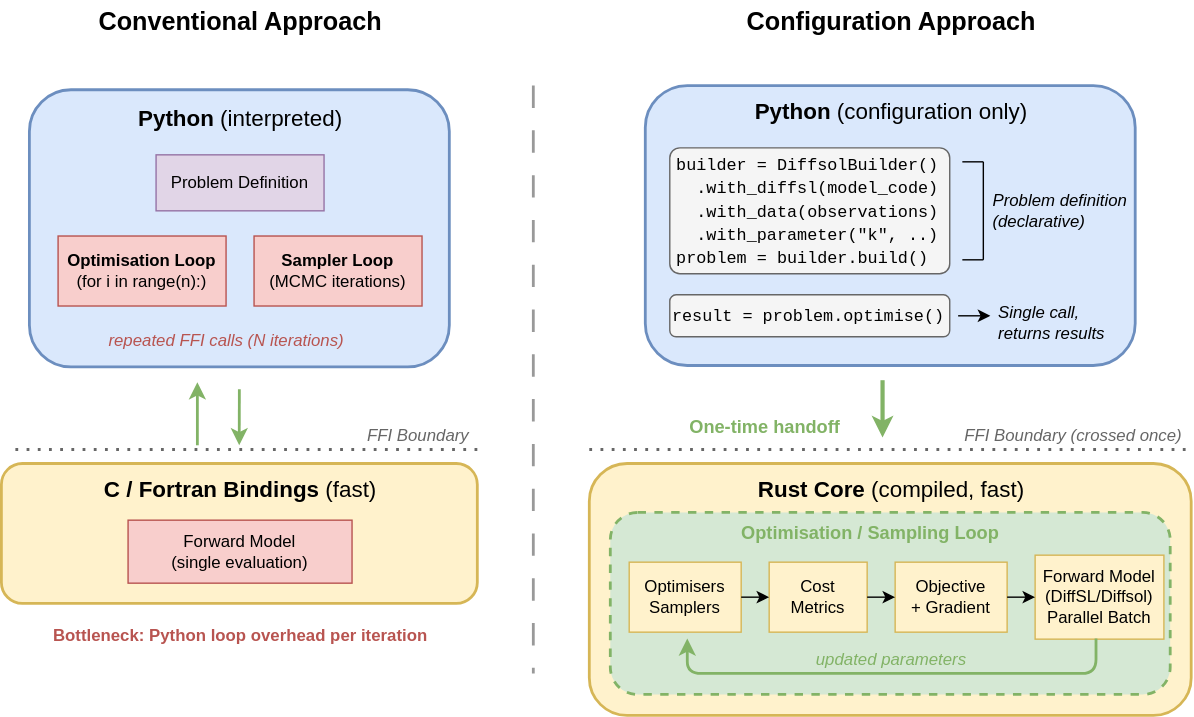
BradyPlanden/diffid keeps this draw.io diagram as docs/assets/diffid.svg. Above is the earlier version. Source tidied: cells renumbered, new cells last; positions are measured from the earlier drawing's top-left corner, leaving out a move shared by most shapes.
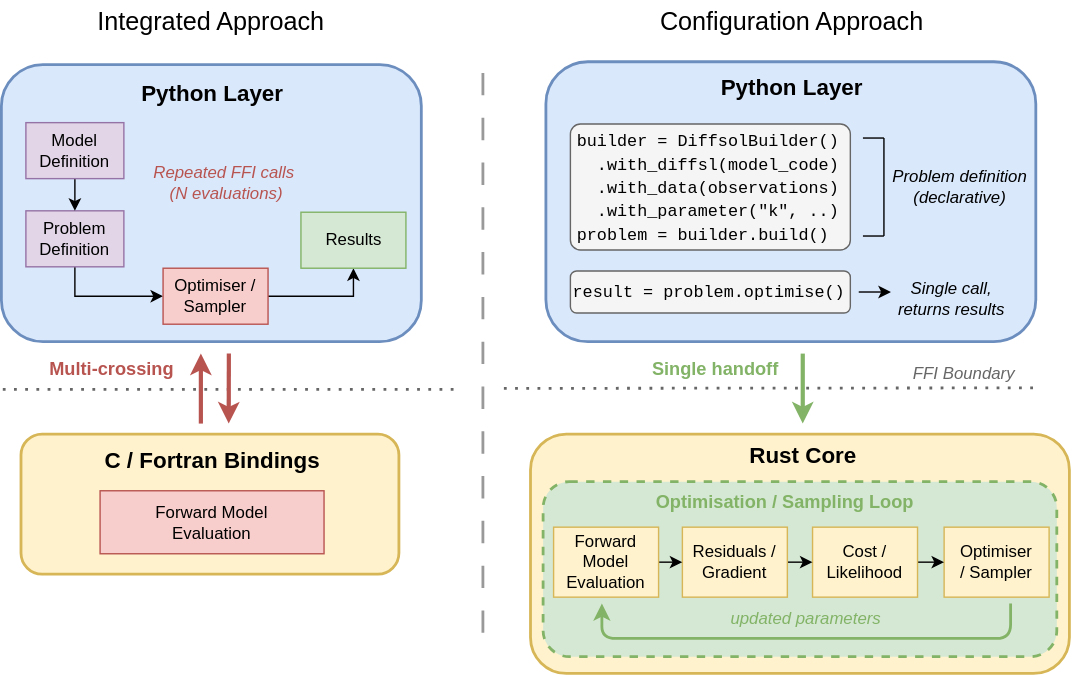
Above is the later version.

Commit message:
docs: update architecture diagram and README

Change to the diagram source:
```diff
@@ -4,31 +4,28 @@
     <mxCell id="1" parent="0" />
-    <mxCell id="2" value="&lt;font style=&quot;font-size: 18px;&quot;&gt;&lt;b&gt;Conventional Approach&lt;/b&gt;&lt;/font&gt;" style="text;html=1;align=center;verticalAlign=middle;" parent="1" vertex="1">
-      <mxGeometry x="60" width="220" height="30" as="geometry" />
+    <mxCell id="2" value="&lt;font style=&quot;font-size: 18px;&quot;&gt;Integrated Approach&lt;/font&gt;" style="text;html=1;align=center;verticalAlign=middle;" parent="1" vertex="1">
+      <mxGeometry x="75" y="29" width="220" height="30" as="geometry" />
     </mxCell>
     <mxCell id="3" style="rounded=1;whiteSpace=wrap;html=1;fillColor=#dae8fc;strokeColor=#6c8ebf;strokeWidth=2;" parent="1" vertex="1">
-      <mxGeometry x="20" y="64" width="300" height="198" as="geometry" />
+      <mxGeometry x="36" y="75" width="300" height="198" as="geometry" />
     </mxCell>
-    <mxCell id="4" value="&lt;font style=&quot;font-size: 16px;&quot;&gt;&lt;b&gt;Python&lt;/b&gt; (interpreted)&lt;/font&gt;" style="text;html=1;align=center;verticalAlign=middle;" parent="1" vertex="1">
-      <mxGeometry x="100" y="71" width="140" height="25" as="geometry" />
+    <mxCell id="4" value="&lt;font style=&quot;font-size: 16px;&quot;&gt;&lt;b&gt;Python Layer&lt;/b&gt;&lt;/font&gt;" style="text;html=1;align=center;verticalAlign=middle;" parent="1" vertex="1">
+      <mxGeometry x="116" y="82" width="140" height="25" as="geometry" />
     </mxCell>
+    <mxCell id="46" style="edgeStyle=orthogonalEdgeStyle;rounded=0;jettySize=auto;html=1;exitX=0.5;exitY=1;exitDx=0;exitDy=0;entryX=0;entryY=0.5;entryDx=0;entryDy=0;" parent="1" edge="1" source="5" target="51">
+      <mxGeometry relative="1" as="geometry" />
+    </mxCell>
     <mxCell id="5" value="Problem Definition" style="rounded=0;whiteSpace=wrap;html=1;fillColor=#e1d5e7;strokeColor=#9673a6;" parent="1" vertex="1">
-      <mxGeometry x="110" y="110" width="120" height="40" as="geometry" />
+      <mxGeometry x="53" y="179" width="70" height="40" as="geometry" />
     </mxCell>
-    <mxCell id="6" value="&lt;b&gt;Optimisation Loop&lt;/b&gt;&lt;br&gt;(for i in range(n):)" style="rounded=0;whiteSpace=wrap;html=1;fillColor=#f8cecc;strokeColor=#b85450;" parent="1" vertex="1">
-      <mxGeometry x="40" y="168" width="120" height="50" as="geometry" />
-    </mxCell>
-    <mxCell id="7" value="&lt;b&gt;Sampler Loop&lt;/b&gt;&lt;br&gt;(MCMC iterations)" style="rounded=0;whiteSpace=wrap;html=1;fillColor=#f8cecc;strokeColor=#b85450;" parent="1" vertex="1">
-      <mxGeometry x="180" y="168" width="120" height="50" as="geometry" />
-    </mxCell>
-    <mxCell id="8" value="&lt;font color=&quot;#b85450&quot;&gt;&lt;i&gt;repeated FFI calls (N iterations)&lt;/i&gt;&lt;/font&gt;" style="text;html=1;align=center;verticalAlign=middle;" parent="1" vertex="1">
-      <mxGeometry x="100" y="223" width="120" height="40" as="geometry" />
+    <mxCell id="8" value="&lt;font color=&quot;#b85450&quot;&gt;&lt;i&gt;Repeated FFI calls&amp;nbsp;&lt;/i&gt;&lt;/font&gt;&lt;div&gt;&lt;i style=&quot;color: light-dark(rgb(184, 84, 80), rgb(215, 129, 126)); background-color: transparent;&quot;&gt;(N evaluations)&lt;/i&gt;&lt;/div&gt;" style="text;html=1;align=center;verticalAlign=middle;" parent="1" vertex="1">
+      <mxGeometry x="136" y="139" width="120" height="40" as="geometry" />
     </mxCell>
     <mxCell id="9" style="rounded=1;whiteSpace=wrap;html=1;fillColor=#fff2cc;strokeColor=#d6b656;strokeWidth=2;" parent="1" vertex="1">
-      <mxGeometry y="331" width="340" height="100" as="geometry" />
+      <mxGeometry x="50" y="339" width="270" height="100" as="geometry" />
     </mxCell>
-    <mxCell id="10" value="&lt;font style=&quot;font-size: 16px;&quot;&gt;&lt;b&gt;C / Fortran Bindings&lt;/b&gt; (fast)&lt;/font&gt;" style="text;html=1;align=center;verticalAlign=middle;" parent="1" vertex="1">
-      <mxGeometry x="70" y="336" width="200" height="25" as="geometry" />
+    <mxCell id="10" value="&lt;font style=&quot;font-size: 16px;&quot;&gt;&lt;b&gt;C / Fortran Bindings&lt;/b&gt;&lt;/font&gt;" style="text;html=1;align=center;verticalAlign=middle;" parent="1" vertex="1">
+      <mxGeometry x="86" y="344" width="200" height="25" as="geometry" />
     </mxCell>
-    <mxCell id="11" value="Forward Model&lt;br&gt;(single evaluation)" style="rounded=0;whiteSpace=wrap;html=1;fillColor=#f8cecc;strokeColor=#b85450;" parent="1" vertex="1">
-      <mxGeometry x="90" y="371" width="160" height="45" as="geometry" />
+    <mxCell id="11" value="Forward Model&lt;br&gt;Evaluation" style="rounded=0;whiteSpace=wrap;html=1;fillColor=#f8cecc;strokeColor=#b85450;" parent="1" vertex="1">
+      <mxGeometry x="106" y="379" width="160" height="45" as="geometry" />
     </mxCell>
@@ -36,23 +33,17 @@
       <mxGeometry relative="1" as="geometry">
-        <mxPoint x="10" y="321" as="sourcePoint" />
-        <mxPoint x="340" y="321" as="targetPoint" />
+        <mxPoint x="37" y="307" as="sourcePoint" />
+        <mxPoint x="363.5" y="307" as="targetPoint" />
       </mxGeometry>
     </mxCell>
-    <mxCell id="13" value="&lt;font color=&quot;#666666&quot;&gt;FFI Boundary&lt;/font&gt;" style="text;html=1;align=center;verticalAlign=middle;fontStyle=2;" parent="1" vertex="1">
-      <mxGeometry x="252" y="301" width="90" height="20" as="geometry" />
-    </mxCell>
-    <mxCell id="14" value="&lt;font color=&quot;#b85450&quot;&gt;Bottleneck: Python loop overhead per iteration&lt;/font&gt;" style="text;html=1;align=center;verticalAlign=middle;fontStyle=1;" parent="1" vertex="1">
-      <mxGeometry x="10" y="441" width="320" height="25" as="geometry" />
-    </mxCell>
-    <mxCell id="15" value="&lt;font style=&quot;font-size: 18px;&quot;&gt;&lt;b&gt;Configuration Approach&lt;/b&gt;&lt;/font&gt;" style="text;html=1;align=center;verticalAlign=middle;" parent="1" vertex="1">
-      <mxGeometry x="535" width="200" height="30" as="geometry" />
+    <mxCell id="15" value="&lt;font style=&quot;font-size: 18px;&quot;&gt;Configuration Approach&lt;/font&gt;" style="text;html=1;align=center;verticalAlign=middle;" parent="1" vertex="1">
+      <mxGeometry x="500" y="29" width="200" height="30" as="geometry" />
     </mxCell>
     <mxCell id="16" style="rounded=1;whiteSpace=wrap;html=1;fillColor=#dae8fc;strokeColor=#6c8ebf;strokeWidth=2;" parent="1" vertex="1">
-      <mxGeometry x="460" y="61" width="350" height="200" as="geometry" />
+      <mxGeometry x="425" y="73" width="350" height="200" as="geometry" />
     </mxCell>
-    <mxCell id="17" value="&lt;font style=&quot;font-size: 16px;&quot;&gt;&lt;b&gt;Python&lt;/b&gt; (configuration only)&lt;/font&gt;" style="text;html=1;align=center;verticalAlign=middle;" parent="1" vertex="1">
-      <mxGeometry x="545" y="66" width="180" height="25" as="geometry" />
+    <mxCell id="17" value="&lt;font style=&quot;font-size: 16px;&quot;&gt;&lt;b&gt;Python Layer&lt;/b&gt;&lt;/font&gt;" style="text;html=1;align=center;verticalAlign=middle;" parent="1" vertex="1">
+      <mxGeometry x="510" y="78" width="180" height="25" as="geometry" />
     </mxCell>
     <mxCell id="18" value="&lt;div style=&quot;text-align: left; font-family: monospace; font-size: 12px; line-height: 140%;&quot;&gt;builder = DiffsolBuilder()&lt;br&gt;&amp;nbsp; .with_diffsl(model_code)&lt;br&gt;&amp;nbsp; .with_data(observations)&lt;br&gt;&amp;nbsp; .with_parameter(&quot;k&quot;, ..)&lt;br&gt;problem = builder.build()&lt;/div&gt;" style="text;html=1;align=left;verticalAlign=top;fillColor=#f5f5f5;strokeColor=#666666;rounded=1;arcSize=8;imageWidth=24;imageHeight=24;imageAlign=left;spacingLeft=5;spacing=0;" parent="1" vertex="1">
-      <mxGeometry x="477" y="105" width="200" height="90" as="geometry" />
+      <mxGeometry x="442" y="117" width="200" height="90" as="geometry" />
     </mxCell>
@@ -60,4 +51,4 @@
       <mxGeometry relative="1" as="geometry">
-        <mxPoint x="686" y="115" as="sourcePoint" />
-        <mxPoint x="701" y="115" as="targetPoint" />
+        <mxPoint x="651" y="127" as="sourcePoint" />
+        <mxPoint x="666" y="127" as="targetPoint" />
       </mxGeometry>
@@ -66,4 +57,4 @@
       <mxGeometry relative="1" as="geometry">
-        <mxPoint x="701" y="185" as="sourcePoint" />
-        <mxPoint x="701" y="115" as="targetPoint" />
+        <mxPoint x="666" y="197" as="sourcePoint" />
+        <mxPoint x="666" y="127" as="targetPoint" />
       </mxGeometry>
@@ -72,11 +63,11 @@
       <mxGeometry relative="1" as="geometry">
-        <mxPoint x="686" y="185" as="sourcePoint" />
-        <mxPoint x="701" y="185" as="targetPoint" />
+        <mxPoint x="651" y="197" as="sourcePoint" />
+        <mxPoint x="666" y="197" as="targetPoint" />
       </mxGeometry>
     </mxCell>
-    <mxCell id="22" value="&lt;i&gt;Problem definition&lt;br&gt;(declarative)&lt;/i&gt;" style="text;html=1;align=left;verticalAlign=middle;" parent="1" vertex="1">
-      <mxGeometry x="706" y="130" width="110" height="40" as="geometry" />
+    <mxCell id="22" value="&lt;i&gt;Problem definition&lt;br&gt;(declarative)&lt;/i&gt;" style="text;html=1;align=center;verticalAlign=middle;" parent="1" vertex="1">
+      <mxGeometry x="665" y="142" width="110" height="40" as="geometry" />
     </mxCell>
     <mxCell id="23" value="&lt;font face=&quot;monospace&quot;&gt;result = problem.optimise()&lt;/font&gt;" style="text;html=1;align=left;verticalAlign=middle;fillColor=#f5f5f5;strokeColor=#666666;rounded=1;" parent="1" vertex="1">
-      <mxGeometry x="477" y="210" width="200" height="30" as="geometry" />
+      <mxGeometry x="442" y="222" width="200" height="30" as="geometry" />
     </mxCell>
@@ -84,17 +75,11 @@
       <mxGeometry relative="1" as="geometry">
-        <mxPoint x="683" y="225" as="sourcePoint" />
-        <mxPoint x="706" y="225" as="targetPoint" />
+        <mxPoint x="648" y="237" as="sourcePoint" />
+        <mxPoint x="671" y="237" as="targetPoint" />
       </mxGeometry>
     </mxCell>
-    <mxCell id="25" value="&lt;i&gt;Single call,&lt;br&gt;returns results&lt;/i&gt;" style="text;html=1;align=left;verticalAlign=middle;" parent="1" vertex="1">
-      <mxGeometry x="710" y="210" width="90" height="40" as="geometry" />
+    <mxCell id="25" value="&lt;i&gt;Single call,&lt;br&gt;returns results&lt;/i&gt;" style="text;html=1;align=center;verticalAlign=middle;" parent="1" vertex="1">
+      <mxGeometry x="669" y="222" width="90" height="40" as="geometry" />
     </mxCell>
-    <mxCell id="26" style="endArrow=classic;html=1;rounded=0;strokeWidth=3;strokeColor=#82b366;" parent="1" edge="1">
-      <mxGeometry relative="1" as="geometry">
-        <mxPoint x="629" y="271" as="sourcePoint" />
-        <mxPoint x="629" y="312" as="targetPoint" />
-      </mxGeometry>
-    </mxCell>
-    <mxCell id="27" value="&lt;font color=&quot;#82b366&quot; style=&quot;font-size: 13px;&quot;&gt;&lt;b&gt;One-time handoff&lt;/b&gt;&lt;/font&gt;" style="text;html=1;align=right;verticalAlign=middle;" parent="1" vertex="1">
-      <mxGeometry x="480" y="291" width="120" height="25" as="geometry" />
+    <mxCell id="27" value="&lt;font color=&quot;#82b366&quot; style=&quot;font-size: 13px;&quot;&gt;&lt;b&gt;Single handoff&lt;/b&gt;&lt;/font&gt;" style="text;html=1;align=right;verticalAlign=middle;" parent="1" vertex="1">
+      <mxGeometry x="472" y="279" width="120" height="25" as="geometry" />
     </mxCell>
@@ -102,58 +87,49 @@
       <mxGeometry relative="1" as="geometry">
-        <mxPoint x="420" y="321" as="sourcePoint" />
-        <mxPoint x="850" y="321" as="targetPoint" />
+        <mxPoint x="395" y="306.4" as="sourcePoint" />
+        <mxPoint x="773" y="306" as="targetPoint" />
       </mxGeometry>
     </mxCell>
-    <mxCell id="29" value="&lt;font color=&quot;#666666&quot;&gt;FFI Boundary (crossed once)&lt;/font&gt;" style="text;html=1;align=center;verticalAlign=middle;fontStyle=2;" parent="1" vertex="1">
-      <mxGeometry x="680" y="301" width="170" height="20" as="geometry" />
+    <mxCell id="29" value="&lt;font color=&quot;#666666&quot;&gt;FFI Boundary&lt;/font&gt;" style="text;html=1;align=center;verticalAlign=middle;fontStyle=2;" parent="1" vertex="1">
+      <mxGeometry x="638" y="286" width="170" height="20" as="geometry" />
     </mxCell>
     <mxCell id="30" style="rounded=1;whiteSpace=wrap;html=1;fillColor=#fff2cc;strokeColor=#d6b656;strokeWidth=2;" parent="1" vertex="1">
-      <mxGeometry x="420" y="331" width="430" height="180" as="geometry" />
+      <mxGeometry x="414" y="339" width="385" height="171" as="geometry" />
     </mxCell>
-    <mxCell id="31" value="&lt;font style=&quot;font-size: 16px;&quot;&gt;&lt;b&gt;Rust Core&lt;/b&gt; (compiled, fast)&lt;/font&gt;" style="text;html=1;align=center;verticalAlign=middle;" parent="1" vertex="1">
-      <mxGeometry x="550" y="336" width="170" height="25" as="geometry" />
+    <mxCell id="31" value="&lt;font style=&quot;font-size: 16px;&quot;&gt;&lt;b&gt;Rust Core&lt;/b&gt;&lt;/font&gt;" style="text;html=1;align=center;verticalAlign=middle;" parent="1" vertex="1">
+      <mxGeometry x="522.5" y="341" width="170" height="25" as="geometry" />
     </mxCell>
     <mxCell id="32" style="rounded=1;whiteSpace=wrap;html=1;fillColor=#d5e8d4;strokeColor=#82b366;strokeWidth=2;dashed=1;" parent="1" vertex="1">
-      <mxGeometry x="435" y="366" width="400" height="130" as="geometry" />
+      <mxGeometry x="423" y="373" width="367" height="125" as="geometry" />
     </mxCell>
     <mxCell id="33" value="&lt;font style=&quot;font-size: 13px;&quot; color=&quot;#82b366&quot;&gt;&lt;b&gt;Optimisation / Sampling Loop&lt;/b&gt;&lt;/font&gt;" style="text;html=1;align=center;verticalAlign=middle;" parent="1" vertex="1">
-      <mxGeometry x="510" y="369" width="220" height="22" as="geometry" />
+      <mxGeometry x="485" y="376" width="220" height="22" as="geometry" />
     </mxCell>
-    <mxCell id="34" value="Optimisers&lt;br&gt;Samplers" style="rounded=0;whiteSpace=wrap;html=1;fillColor=#fff2cc;strokeColor=#d6b656;" parent="1" vertex="1">
-      <mxGeometry x="448" y="401" width="80" height="50" as="geometry" />
+    <mxCell id="34" value="Optimiser&lt;br&gt;/ Sampler" style="rounded=0;whiteSpace=wrap;html=1;fillColor=#fff2cc;strokeColor=#d6b656;" parent="1" vertex="1">
+      <mxGeometry x="709" y="405" width="75" height="50" as="geometry" />
     </mxCell>
+    <mxCell id="47" style="edgeStyle=orthogonalEdgeStyle;rounded=0;jettySize=auto;html=1;exitX=1;exitY=0.5;exitDx=0;exitDy=0;entryX=0;entryY=0.5;entryDx=0;entryDy=0;" parent="1" edge="1" source="35" target="34">
+      <mxGeometry relative="1" as="geometry" />
+    </mxCell>
-    <mxCell id="35" value="Cost&lt;br&gt;Metrics" style="rounded=0;whiteSpace=wrap;html=1;fillColor=#fff2cc;strokeColor=#d6b656;" parent="1" vertex="1">
-      <mxGeometry x="548" y="401" width="70" height="50" as="geometry" />
+    <mxCell id="35" value="Cost / Likelihood" style="rounded=0;whiteSpace=wrap;html=1;fillColor=#fff2cc;strokeColor=#d6b656;" parent="1" vertex="1">
+      <mxGeometry x="615" y="405" width="75" height="50" as="geometry" />
     </mxCell>
+    <mxCell id="48" style="edgeStyle=orthogonalEdgeStyle;rounded=0;jettySize=auto;html=1;exitX=1;exitY=0.5;exitDx=0;exitDy=0;entryX=0;entryY=0.5;entryDx=0;entryDy=0;" parent="1" edge="1" source="36" target="35">
+      <mxGeometry relative="1" as="geometry" />
+    </mxCell>
-    <mxCell id="36" value="Objective&lt;br&gt;+ Gradient" style="rounded=0;whiteSpace=wrap;html=1;fillColor=#fff2cc;strokeColor=#d6b656;" parent="1" vertex="1">
-      <mxGeometry x="638" y="401" width="80" height="50" as="geometry" />
+    <mxCell id="36" value="Residuals / Gradient" style="rounded=0;whiteSpace=wrap;html=1;fillColor=#fff2cc;strokeColor=#d6b656;" parent="1" vertex="1">
+      <mxGeometry x="522" y="405" width="75" height="50" as="geometry" />
     </mxCell>
+    <mxCell id="49" style="edgeStyle=orthogonalEdgeStyle;rounded=0;jettySize=auto;html=1;exitX=1;exitY=0.5;exitDx=0;exitDy=0;entryX=0;entryY=0.5;entryDx=0;entryDy=0;" parent="1" edge="1" source="37" target="36">
+      <mxGeometry relative="1" as="geometry" />
+    </mxCell>
-    <mxCell id="37" value="Forward Model&lt;br&gt;(DiffSL/Diffsol)&lt;br&gt;Parallel Batch" style="rounded=0;whiteSpace=wrap;html=1;fillColor=#fff2cc;strokeColor=#d6b656;align=center;verticalAlign=middle;" parent="1" vertex="1">
-      <mxGeometry x="738" y="396" width="92" height="60" as="geometry" />
+    <mxCell id="37" value="Forward Model&lt;br&gt;Evaluation" style="rounded=0;whiteSpace=wrap;html=1;fillColor=#fff2cc;strokeColor=#d6b656;align=center;verticalAlign=middle;" parent="1" vertex="1">
+      <mxGeometry x="430" y="405" width="75" height="50" as="geometry" />
     </mxCell>
-    <mxCell id="38" style="endArrow=classic;html=1;rounded=0;" parent="1" edge="1">
-      <mxGeometry relative="1" as="geometry">
-        <mxPoint x="528" y="426" as="sourcePoint" />
-        <mxPoint x="548" y="426" as="targetPoint" />
-      </mxGeometry>
-    </mxCell>
-    <mxCell id="39" style="endArrow=classic;html=1;rounded=0;" parent="1" edge="1">
-      <mxGeometry relative="1" as="geometry">
-        <mxPoint x="618" y="426" as="sourcePoint" />
-        <mxPoint x="638" y="426" as="targetPoint" />
-      </mxGeometry>
-    </mxCell>
-    <mxCell id="40" style="endArrow=classic;html=1;rounded=0;" parent="1" edge="1">
-      <mxGeometry relative="1" as="geometry">
-        <mxPoint x="718" y="426" as="sourcePoint" />
-        <mxPoint x="738" y="426" as="targetPoint" />
-      </mxGeometry>
-    </mxCell>
     <mxCell id="41" style="endArrow=classic;html=1;rounded=1;exitX=0.5;exitY=1;exitDx=0;exitDy=0;entryX=0.5;entryY=1;entryDx=0;entryDy=0;strokeColor=#82b366;strokeWidth=2;" parent="1" edge="1">
       <mxGeometry relative="1" as="geometry">
-        <mxPoint x="782" y="456" as="sourcePoint" />
-        <mxPoint x="490" y="456" as="targetPoint" />
+        <mxPoint x="757" y="460" as="sourcePoint" />
+        <mxPoint x="465" y="460" as="targetPoint" />
         <Array as="points">
-          <mxPoint x="782" y="481" />
-          <mxPoint x="490" y="481" />
+          <mxPoint x="757" y="485" />
+          <mxPoint x="465" y="485" />
         </Array>
@@ -162,3 +138,3 @@
     <mxCell id="42" value="&lt;font color=&quot;#82b366&quot;&gt;&lt;i&gt;updated parameters&lt;/i&gt;&lt;/font&gt;" style="text;html=1;align=center;verticalAlign=middle;" parent="1" vertex="1">
-      <mxGeometry x="570" y="461" width="130" height="20" as="geometry" />
+      <mxGeometry x="545" y="461" width="130" height="20" as="geometry" />
     </mxCell>
@@ -166,3 +142,3 @@
       <mxGeometry relative="1" as="geometry">
-        <mxPoint x="380" y="61" as="sourcePoint" />
+        <mxPoint x="380" y="81" as="sourcePoint" />
         <mxPoint x="380" y="481" as="targetPoint" />
@@ -170,14 +146,38 @@
     </mxCell>
-    <mxCell id="44" style="endArrow=classic;html=1;rounded=0;strokeWidth=2;strokeColor=#82b366;" parent="1" edge="1">
+    <mxCell id="44" style="endArrow=classic;html=1;rounded=0;strokeWidth=3;strokeColor=#b85450;fillColor=#f8cecc;" parent="1" edge="1">
       <mxGeometry relative="1" as="geometry">
-        <mxPoint x="140" y="318" as="sourcePoint" />
-        <mxPoint x="140" y="273" as="targetPoint" />
+        <mxPoint x="178" y="331" as="sourcePoint" />
+        <mxPoint x="178" y="281" as="targetPoint" />
       </mxGeometry>
     </mxCell>
-    <mxCell id="45" style="endArrow=classic;html=1;rounded=0;strokeWidth=2;strokeColor=#82b366;" parent="1" edge="1">
+    <mxCell id="45" style="endArrow=classic;html=1;rounded=0;strokeWidth=3;strokeColor=#b85450;fillColor=#f8cecc;" parent="1" edge="1">
       <mxGeometry relative="1" as="geometry">
-        <mxPoint x="170" y="278" as="sourcePoint" />
-        <mxPoint x="169.9" y="318" as="targetPoint" />
+        <mxPoint x="198" y="281" as="sourcePoint" />
+        <mxPoint x="197.9" y="331" as="targetPoint" />
       </mxGeometry>
     </mxCell>
+    <mxCell id="50" style="edgeStyle=orthogonalEdgeStyle;rounded=0;jettySize=auto;html=1;exitX=1;exitY=0.5;exitDx=0;exitDy=0;entryX=0.5;entryY=1;entryDx=0;entryDy=0;" parent="1" edge="1" source="51" target="54">
+      <mxGeometry relative="1" as="geometry" />
+    </mxCell>
+    <mxCell id="51" value="Optimiser / Sampler" style="rounded=0;whiteSpace=wrap;html=1;fillColor=#f8cecc;strokeColor=#b85450;align=center;" parent="1" vertex="1">
+      <mxGeometry x="151" y="220" width="75" height="40" as="geometry" />
+    </mxCell>
+    <mxCell id="52" style="edgeStyle=orthogonalEdgeStyle;rounded=0;jettySize=auto;html=1;exitX=0.5;exitY=1;exitDx=0;exitDy=0;entryX=0.5;entryY=0;entryDx=0;entryDy=0;" parent="1" edge="1" source="53" target="5">
+      <mxGeometry relative="1" as="geometry" />
+    </mxCell>
+    <mxCell id="53" value="Model Definition" style="rounded=0;whiteSpace=wrap;html=1;fillColor=#e1d5e7;strokeColor=#9673a6;" parent="1" vertex="1">
+      <mxGeometry x="53" y="116" width="70" height="40" as="geometry" />
+    </mxCell>
+    <mxCell id="54" value="Results" style="rounded=0;whiteSpace=wrap;html=1;fillColor=#d5e8d4;strokeColor=#82b366;align=center;" parent="1" vertex="1">
+      <mxGeometry x="249.5" y="180" width="75" height="40" as="geometry" />
+    </mxCell>
+    <mxCell id="55" value="&lt;font style=&quot;font-size: 13px;&quot;&gt;&lt;b&gt;Multi-crossing&lt;/b&gt;&lt;/font&gt;" style="text;html=1;align=right;verticalAlign=middle;fontColor=light-dark(#b85450, #ededed);" parent="1" vertex="1">
+      <mxGeometry x="40" y="279" width="120" height="25" as="geometry" />
+    </mxCell>
+    <mxCell id="26" style="endArrow=classic;html=1;rounded=0;strokeWidth=3;strokeColor=#82b366;" parent="1" edge="1">
+      <mxGeometry relative="1" as="geometry">
+        <mxPoint x="608" y="281" as="sourcePoint" />
+        <mxPoint x="608" y="331" as="targetPoint" />
+      </mxGeometry>
+    </mxCell>
   </root>
```
